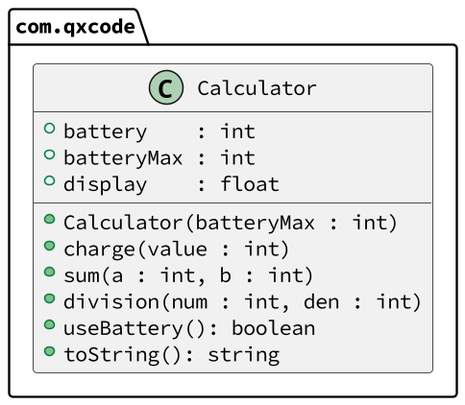
Earlier version of the PlantUML export base/001/diagrama.png (qxcodepoo/arcade). Source of this version:
```plantuml
@startuml

skinparam defaultFontName Hasklig
skinparam dpi 150

package com.qxcode {
  class Calculator {
    + battery    : int
    + batteryMax : int
    + display    : float
    __
    + Calculator(batteryMax : int)
    + charge(value : int)
    + sum(a : int, b : int)
    + division(num : int, den : int)
    + useBattery(): boolean
    + toString(): string
  }
}
@enduml
```
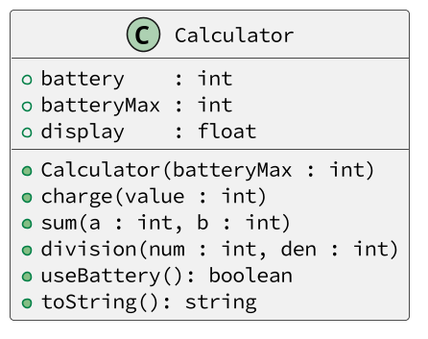
After the change.

Change to the diagram source:
```diff
@@ -1,20 +1,16 @@
 @startuml
-
 skinparam defaultFontName Hasklig
 skinparam dpi 150
-
-package com.qxcode {
-  class Calculator {
-    + battery    : int
-    + batteryMax : int
-    + display    : float
-    __
-    + Calculator(batteryMax : int)
-    + charge(value : int)
-    + sum(a : int, b : int)
-    + division(num : int, den : int)
-    + useBattery(): boolean
-    + toString(): string
-  }
+class Calculator {
+  + battery    : int
+  + batteryMax : int
+  + display    : float
+  __
+  + Calculator(batteryMax : int)
+  + charge(value : int)
+  + sum(a : int, b : int)
+  + division(num : int, den : int)
+  + useBattery(): boolean
+  + toString(): string
 }
 @enduml
```
